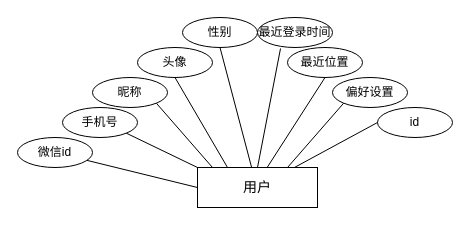
The draw.io diagram user.drawio in asharca/drawio, before the edit. Source tidied: cells renumbered, new cells numbered last; positions are measured from the earlier drawing's top-left corner, leaving out a move shared by most shapes. Both pictures are drawn from the tidied source at 100%, with x=0, y=0 at pixel (17, 17).
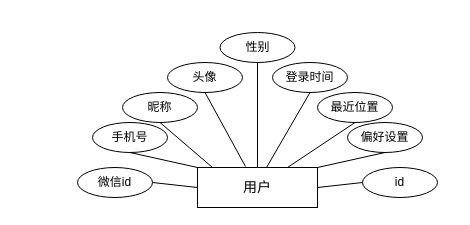
The same diagram, later.

The change refers to these unchanged cells:
```xml
<mxCell id="2" value="&lt;span style=&quot;font-size: 14px;&quot;&gt;用户&lt;/span&gt;" style="rounded=0;whiteSpace=wrap;html=1;" parent="1" vertex="1">
  <mxGeometry x="180" y="150" width="120" height="40" as="geometry" />
</mxCell>
```

Change to the diagram source:
```diff
@@
     <mxCell id="3" value="微信id" style="ellipse;whiteSpace=wrap;html=1;" parent="1" vertex="1">
-      <mxGeometry y="120" width="75" height="30" as="geometry" />
+      <mxGeometry x="60" y="150" width="75" height="30" as="geometry" />
     </mxCell>
     <mxCell id="4" value="手机号" style="ellipse;whiteSpace=wrap;html=1;" parent="1" vertex="1">
-      <mxGeometry x="45" y="90" width="75" height="30" as="geometry" />
+      <mxGeometry x="75" y="105" width="75" height="30" as="geometry" />
     </mxCell>
     <mxCell id="5" value="昵称" style="ellipse;whiteSpace=wrap;html=1;" parent="1" vertex="1">
-      <mxGeometry x="75" y="60" width="75" height="30" as="geometry" />
+      <mxGeometry x="105" y="75" width="75" height="30" as="geometry" />
     </mxCell>
     <mxCell id="6" value="头像" style="ellipse;whiteSpace=wrap;html=1;" parent="1" vertex="1">
-      <mxGeometry x="120" y="30" width="75" height="30" as="geometry" />
+      <mxGeometry x="150" y="45" width="75" height="30" as="geometry" />
     </mxCell>
     <mxCell id="7" value="性别" style="ellipse;whiteSpace=wrap;html=1;" parent="1" vertex="1">
-      <mxGeometry x="165" width="75" height="30" as="geometry" />
+      <mxGeometry x="202.5" y="15" width="75" height="30" as="geometry" />
     </mxCell>
     <mxCell id="8" value="最近位置" style="ellipse;whiteSpace=wrap;html=1;" parent="1" vertex="1">
-      <mxGeometry x="270" y="30" width="75" height="30" as="geometry" />
+      <mxGeometry x="300" y="75" width="75" height="30" as="geometry" />
     </mxCell>
     <mxCell id="9" value="偏好设置" style="ellipse;whiteSpace=wrap;html=1;" parent="1" vertex="1">
-      <mxGeometry x="315" y="60" width="75" height="30" as="geometry" />
+      <mxGeometry x="330" y="105" width="75" height="30" as="geometry" />
     </mxCell>
-    <mxCell id="10" style="endArrow=none;html=1;rounded=0;exitX=0;exitY=0.5;exitDx=0;exitDy=0;" parent="1" edge="1" source="2" target="3">
+    <mxCell id="10" style="endArrow=none;html=1;rounded=0;exitX=0;exitY=0.5;exitDx=0;exitDy=0;entryX=1;entryY=0.5;entryDx=0;entryDy=0;" parent="1" edge="1" source="2" target="3">
       <mxGeometry relative="1" as="geometry" />
     </mxCell>
-    <mxCell id="11" style="endArrow=none;html=1;rounded=0;exitX=0;exitY=0;exitDx=0;exitDy=0;entryX=1;entryY=1;entryDx=0;entryDy=0;" parent="1" edge="1" source="2" target="4">
+    <mxCell id="11" style="endArrow=none;html=1;rounded=0;exitX=0;exitY=0;exitDx=0;exitDy=0;entryX=0.5;entryY=1;entryDx=0;entryDy=0;" parent="1" edge="1" source="2" target="4">
       <mxGeometry relative="1" as="geometry" />
     </mxCell>
-    <mxCell id="12" style="endArrow=none;html=1;rounded=0;entryX=1;entryY=1;entryDx=0;entryDy=0;" parent="1" edge="1" target="5">
+    <mxCell id="12" style="endArrow=none;html=1;rounded=0;entryX=0.5;entryY=1;entryDx=0;entryDy=0;" parent="1" edge="1" target="5">
       <mxGeometry relative="1" as="geometry">
         <mxPoint x="195" y="150" as="sourcePoint" />
       </mxGeometry>
     </mxCell>
-    <mxCell id="13" style="endArrow=none;html=1;rounded=0;entryX=0.5;entryY=1;entryDx=0;entryDy=0;exitX=0.25;exitY=0;exitDx=0;exitDy=0;" parent="1" edge="1" source="2" target="6">
+    <mxCell id="13" style="endArrow=none;html=1;rounded=0;entryX=0.5;entryY=1;entryDx=0;entryDy=0;exitX=0.4;exitY=-0.025;exitDx=0;exitDy=0;exitPerimeter=0;" parent="1" edge="1" source="2" target="6">
       <mxGeometry relative="1" as="geometry" />
     </mxCell>
-    <mxCell id="14" style="endArrow=none;html=1;rounded=0;entryX=0.5;entryY=1;entryDx=0;entryDy=0;exitX=0.45;exitY=-0.012;exitDx=0;exitDy=0;exitPerimeter=0;" parent="1" edge="1" source="2" target="7">
+    <mxCell id="14" style="endArrow=none;html=1;rounded=0;entryX=0.5;entryY=1;entryDx=0;entryDy=0;exitX=0.5;exitY=0;exitDx=0;exitDy=0;" parent="1" edge="1" source="2" target="7">
       <mxGeometry relative="1" as="geometry" />
     </mxCell>
-    <mxCell id="15" style="endArrow=none;html=1;rounded=0;exitX=0.583;exitY=-0.012;exitDx=0;exitDy=0;exitPerimeter=0;entryX=0.5;entryY=1;entryDx=0;entryDy=0;" parent="1" edge="1" source="2" target="8">
+    <mxCell id="15" style="endArrow=none;html=1;rounded=0;exitX=0.75;exitY=0;exitDx=0;exitDy=0;entryX=0.5;entryY=1;entryDx=0;entryDy=0;" parent="1" edge="1" source="2" target="8">
       <mxGeometry relative="1" as="geometry" />
     </mxCell>
-    <mxCell id="16" style="endArrow=none;html=1;rounded=0;exitX=0.75;exitY=0;exitDx=0;exitDy=0;entryX=0;entryY=1;entryDx=0;entryDy=0;" parent="1" edge="1" source="2" target="9">
+    <mxCell id="16" style="endArrow=none;html=1;rounded=0;exitX=1;exitY=0;exitDx=0;exitDy=0;entryX=0.5;entryY=1;entryDx=0;entryDy=0;" parent="1" edge="1" source="2" target="9">
       <mxGeometry relative="1" as="geometry" />
     </mxCell>
     <mxCell id="17" value="id" style="ellipse;whiteSpace=wrap;html=1;" parent="1" vertex="1">
-      <mxGeometry x="360" y="90" width="75" height="30" as="geometry" />
+      <mxGeometry x="345" y="150" width="75" height="30" as="geometry" />
     </mxCell>
-    <mxCell id="18" value="最近登录时间" style="ellipse;whiteSpace=wrap;html=1;" parent="1" vertex="1">
-      <mxGeometry x="240" width="75" height="30" as="geometry" />
+    <mxCell id="18" value="登录时间" style="ellipse;whiteSpace=wrap;html=1;" parent="1" vertex="1">
+      <mxGeometry x="255" y="45" width="75" height="30" as="geometry" />
     </mxCell>
-    <mxCell id="19" style="endArrow=none;html=1;rounded=0;entryX=0.307;entryY=1.033;entryDx=0;entryDy=0;entryPerimeter=0;exitX=0.5;exitY=0;exitDx=0;exitDy=0;" parent="1" edge="1" source="2" target="18">
+    <mxCell id="19" style="endArrow=none;html=1;rounded=0;entryX=0.5;entryY=1;entryDx=0;entryDy=0;exitX=0.575;exitY=0;exitDx=0;exitDy=0;exitPerimeter=0;" parent="1" edge="1" source="2" target="18">
       <mxGeometry relative="1" as="geometry" />
     </mxCell>
-    <mxCell id="20" style="endArrow=none;html=1;rounded=0;exitX=0;exitY=0.5;exitDx=0;exitDy=0;" parent="1" edge="1" source="17" target="2">
+    <mxCell id="20" style="endArrow=none;html=1;rounded=0;exitX=0;exitY=0.5;exitDx=0;exitDy=0;entryX=1;entryY=0.5;entryDx=0;entryDy=0;" parent="1" edge="1" source="17" target="2">
       <mxGeometry relative="1" as="geometry" />
     </mxCell>
```
